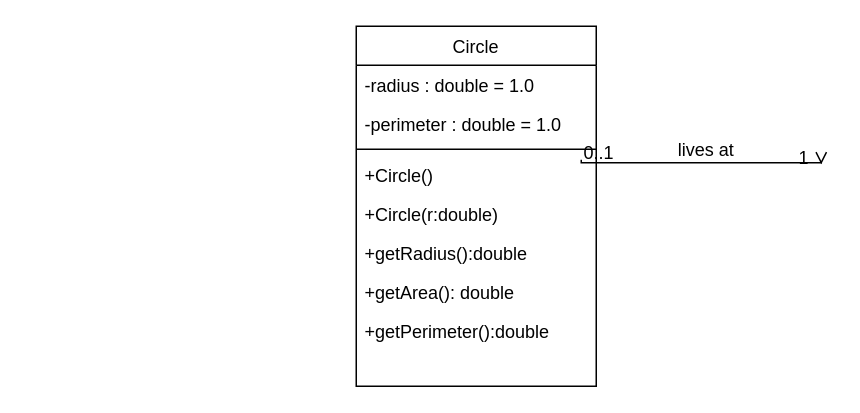
JamsherBhanbhro/Employment-Search-Portal-desktop-App-JavaFx-and-MySql keeps this draw.io diagram as Untitled Diagram.drawio. Above is the earlier version. Source tidied: cells renumbered, new cells numbered last; positions are measured from the earlier drawing's top-left corner, leaving out a move shared by most shapes. Both pictures are drawn from the tidied source at 150%, with x=0, y=0 at pixel (356, 26).
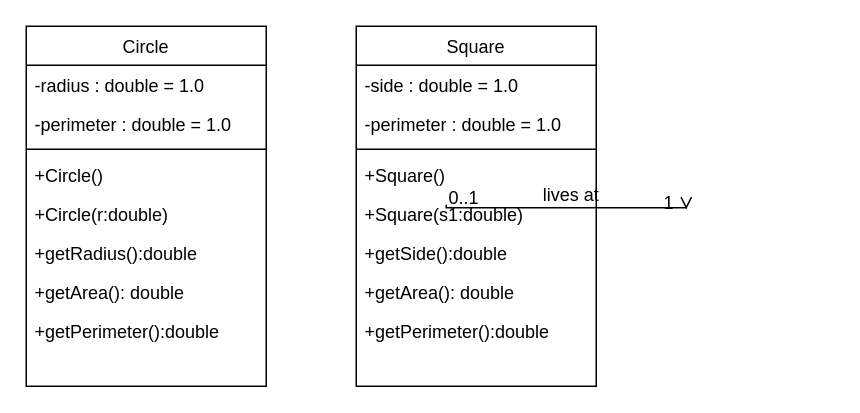
The same diagram, later.

The edit, as a diff of the source:
```diff
@@
     <mxCell id="2" style="endArrow=open;shadow=0;strokeWidth=1;rounded=0;endFill=1;edgeStyle=elbowEdgeStyle;elbow=vertical;" parent="1" edge="1">
       <mxGeometry x="0.5" y="41" relative="1" as="geometry">
-        <mxPoint x="150" y="89" as="sourcePoint" />
-        <mxPoint x="310" y="92" as="targetPoint" />
+        <mxPoint x="60" y="119" as="sourcePoint" />
+        <mxPoint x="220" y="122" as="targetPoint" />
         <mxPoint x="-40" y="32" as="offset" />
       </mxGeometry>
     </mxCell>
@@
+    <mxCell id="15" value="Circle" style="swimlane;fontStyle=0;align=center;verticalAlign=top;horizontal=1;startSize=26;rounded=0;shadow=0;strokeWidth=1;fillColor=none;" parent="1" vertex="1">
+      <mxGeometry x="-220" width="160" height="240" as="geometry" />
+    </mxCell>
+    <mxCell id="16" value="-radius : double = 1.0" style="text;align=left;verticalAlign=top;spacingLeft=4;spacingRight=4;overflow=hidden;" parent="15" vertex="1">
+      <mxGeometry y="26" width="160" height="26" as="geometry" />
+    </mxCell>
+    <mxCell id="17" value="-perimeter : double = 1.0" style="text;align=left;verticalAlign=top;spacingLeft=4;spacingRight=4;overflow=hidden;rounded=0;shadow=0;html=0;" parent="15" vertex="1">
+      <mxGeometry y="52" width="160" height="26" as="geometry" />
+    </mxCell>
+    <mxCell id="18" style="line;html=1;strokeWidth=1;align=left;verticalAlign=middle;spacingTop=-1;spacingLeft=3;spacingRight=3;labelPosition=right;" parent="15" vertex="1">
+      <mxGeometry y="78" width="160" height="8" as="geometry" />
+    </mxCell>
+    <mxCell id="19" value="+Circle()" style="text;align=left;verticalAlign=top;spacingLeft=4;spacingRight=4;overflow=hidden;" parent="15" vertex="1">
+      <mxGeometry y="86" width="160" height="26" as="geometry" />
+    </mxCell>
+    <mxCell id="20" value="+Circle(r:double)" style="text;align=left;verticalAlign=top;spacingLeft=4;spacingRight=4;overflow=hidden;" parent="15" vertex="1">
+      <mxGeometry y="112" width="160" height="26" as="geometry" />
+    </mxCell>
+    <mxCell id="21" value="+getRadius():double" style="text;align=left;verticalAlign=top;spacingLeft=4;spacingRight=4;overflow=hidden;" parent="15" vertex="1">
+      <mxGeometry y="138" width="160" height="26" as="geometry" />
+    </mxCell>
+    <mxCell id="22" value="+getArea(): double" style="text;align=left;verticalAlign=top;spacingLeft=4;spacingRight=4;overflow=hidden;" parent="15" vertex="1">
+      <mxGeometry y="164" width="160" height="26" as="geometry" />
+    </mxCell>
+    <mxCell id="23" value="+getPerimeter():double" style="text;align=left;verticalAlign=top;spacingLeft=4;spacingRight=4;overflow=hidden;" parent="15" vertex="1">
+      <mxGeometry y="190" width="160" height="26" as="geometry" />
+    </mxCell>
-    <mxCell id="6" value="Circle" style="swimlane;fontStyle=0;align=center;verticalAlign=top;horizontal=1;startSize=26;rounded=0;shadow=0;strokeWidth=1;" parent="1" vertex="1">
+    <mxCell id="6" value="Square" style="swimlane;fontStyle=0;align=center;verticalAlign=top;horizontal=1;startSize=26;rounded=0;shadow=0;strokeWidth=1;fillColor=none;" parent="1" vertex="1">
       <mxGeometry width="160" height="240" as="geometry" />
     </mxCell>
-    <mxCell id="7" value="-radius : double = 1.0" style="text;align=left;verticalAlign=top;spacingLeft=4;spacingRight=4;overflow=hidden;" parent="6" vertex="1">
+    <mxCell id="7" value="-side : double = 1.0" style="text;align=left;verticalAlign=top;spacingLeft=4;spacingRight=4;overflow=hidden;" parent="6" vertex="1">
       <mxGeometry y="26" width="160" height="26" as="geometry" />
     </mxCell>
@@
-    <mxCell id="10" value="+Circle()" style="text;align=left;verticalAlign=top;spacingLeft=4;spacingRight=4;overflow=hidden;" parent="6" vertex="1">
+    <mxCell id="10" value="+Square()" style="text;align=left;verticalAlign=top;spacingLeft=4;spacingRight=4;overflow=hidden;" parent="6" vertex="1">
       <mxGeometry y="86" width="160" height="26" as="geometry" />
     </mxCell>
-    <mxCell id="11" value="+Circle(r:double)" style="text;align=left;verticalAlign=top;spacingLeft=4;spacingRight=4;overflow=hidden;" parent="6" vertex="1">
+    <mxCell id="11" value="+Square(s1:double)" style="text;align=left;verticalAlign=top;spacingLeft=4;spacingRight=4;overflow=hidden;" parent="6" vertex="1">
       <mxGeometry y="112" width="160" height="26" as="geometry" />
     </mxCell>
-    <mxCell id="12" value="+getRadius():double" style="text;align=left;verticalAlign=top;spacingLeft=4;spacingRight=4;overflow=hidden;" parent="6" vertex="1">
+    <mxCell id="12" value="+getSide():double" style="text;align=left;verticalAlign=top;spacingLeft=4;spacingRight=4;overflow=hidden;" parent="6" vertex="1">
       <mxGeometry y="138" width="160" height="26" as="geometry" />
     </mxCell>
```
